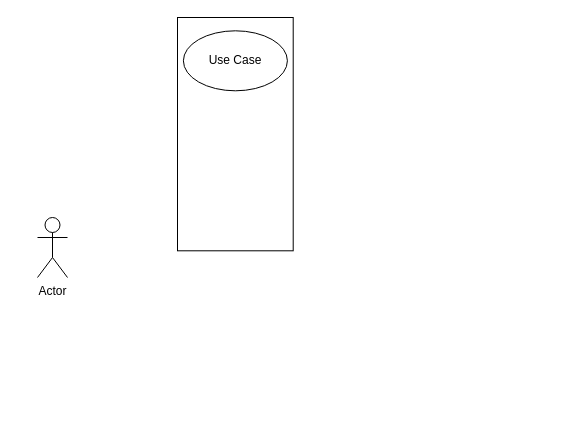
The draw.io diagram 未命名绘图.drawio in spinnoza/diagrams, before the edit. Source tidied: cells renumbered, new cells numbered last; positions are measured from the earlier drawing's top-left corner, leaving out a move shared by most shapes. Both pictures are drawn from the tidied source at 100%, with x=0, y=0 at pixel (37, 17).
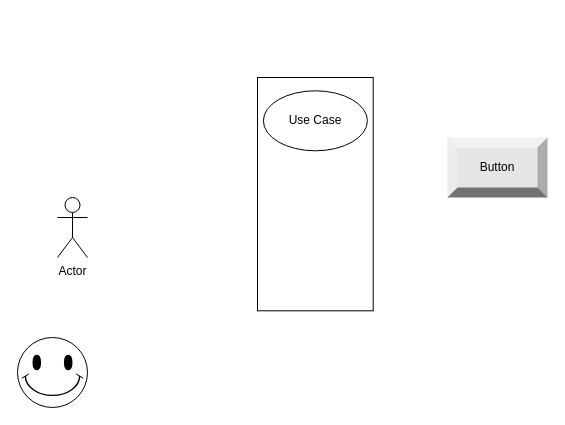
Above is the later version.

Commit message:
更新未命名绘图.drawio

Change to the diagram source:
```diff
@@
 <mxGraphModel>
   <root>
     <mxCell id="0" />
     <mxCell id="1" parent="0" />
     <mxCell id="2" value="Actor" style="shape=umlActor;verticalLabelPosition=bottom;verticalAlign=top;html=1;" parent="1" vertex="1">
-      <mxGeometry y="200" width="30" height="60" as="geometry" />
+      <mxGeometry x="20" y="180" width="30" height="60" as="geometry" />
     </mxCell>
     <mxCell id="3" style="group;" parent="1" vertex="1">
-      <mxGeometry x="140" width="115.7" height="233.3" as="geometry" />
+      <mxGeometry x="220" y="60" width="115.7" height="233.3" as="geometry" />
     </mxCell>
     <mxCell id="4" style="rounded=0;whiteSpace=wrap;html=1;" parent="3" vertex="1">
       <mxGeometry width="115.7" height="233.3" as="geometry" />
     </mxCell>
     <mxCell id="5" value="Use Case" style="ellipse;whiteSpace=wrap;html=1;direction=south;" parent="3" vertex="1">
       <mxGeometry x="5.9" y="13.3" width="104" height="60" as="geometry" />
     </mxCell>
+    <mxCell id="6" style="verticalLabelPosition=bottom;verticalAlign=top;html=1;shape=mxgraph.basic.smiley;" parent="1" vertex="1">
+      <mxGeometry x="-20" y="320" width="70" height="70" as="geometry" />
+    </mxCell>
+    <mxCell id="7" value="Button" style="labelPosition=center;verticalLabelPosition=middle;align=center;html=1;shape=mxgraph.basic.shaded_button;dx=10;fillColor=#E6E6E6;strokeColor=none;whiteSpace=wrap;" parent="1" vertex="1">
+      <mxGeometry x="410" y="120" width="100" height="60" as="geometry" />
+    </mxCell>
   </root>
 </mxGraphModel>
```
